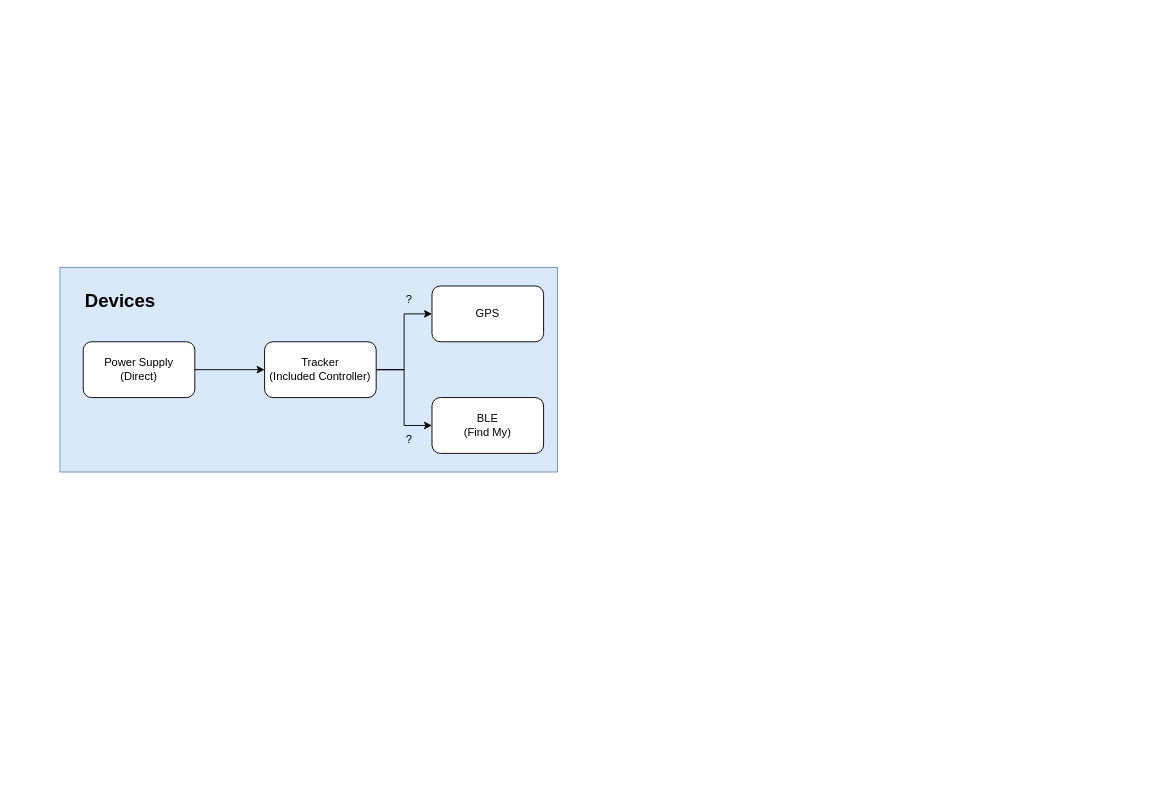
lukas0173/Draw.io keeps this draw.io diagram as PBL6-SystemArchitecture.drawio. Above is the earlier version. Source tidied: cells renumbered, new cells numbered last; positions are measured from the earlier drawing's top-left corner, leaving out a move shared by most shapes. Both pictures are drawn from the tidied source at 93%, with x=0, y=0 at pixel (60, 267).
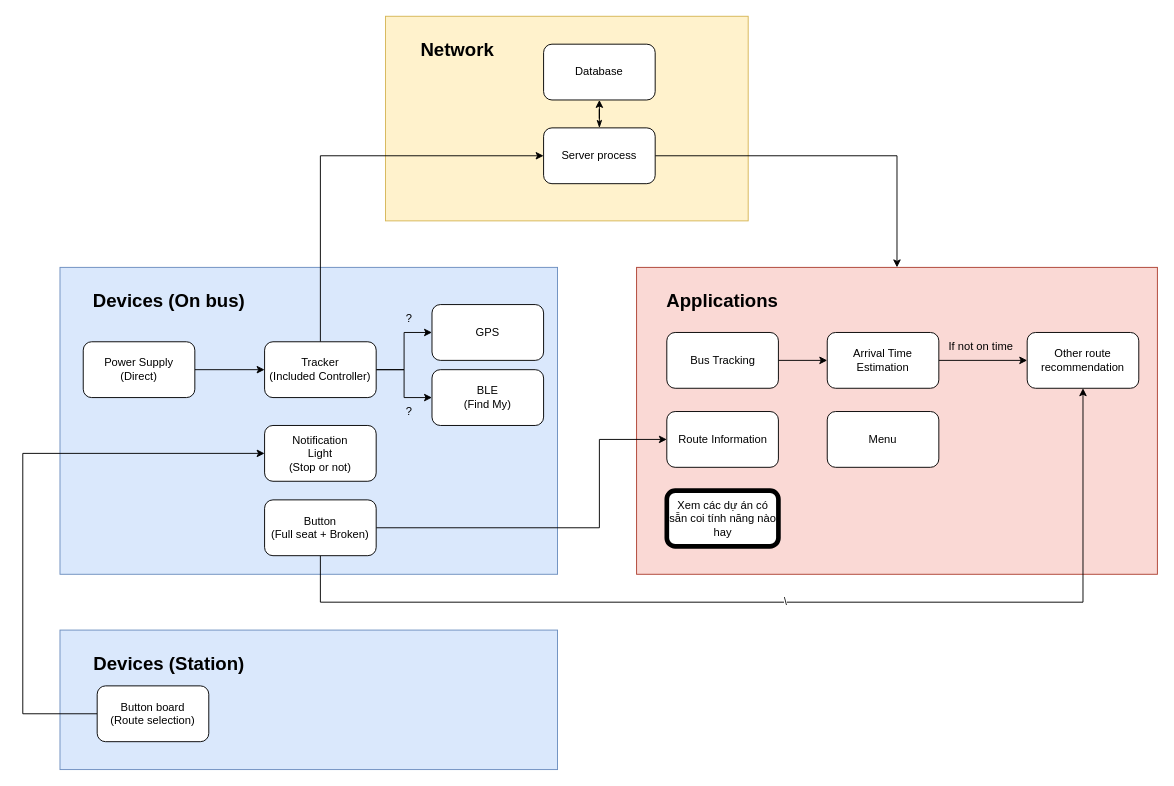
Above is the later version.

Unchanged cells that the change refers to:
```xml
<mxCell id="5" value="Tracker&lt;div&gt;(Included Controller)&lt;/div&gt;" style="rounded=1;whiteSpace=wrap;html=1;" parent="1" vertex="1">
  <mxGeometry x="220" y="80" width="120" height="60" as="geometry" />
</mxCell>
```

What changed in the source:
```diff
@@
+    <mxCell id="13" style="rounded=0;whiteSpace=wrap;html=1;fillColor=#dae8fc;strokeColor=#6c8ebf;" parent="1" vertex="1">
+      <mxGeometry y="390" width="535" height="150" as="geometry" />
+    </mxCell>
+    <mxCell id="14" value="Devices (Station)" style="text;html=1;align=center;verticalAlign=middle;whiteSpace=wrap;rounded=0;fontSize=20;fontStyle=1;" parent="1" vertex="1">
+      <mxGeometry x="25" y="410" width="185" height="30" as="geometry" />
+    </mxCell>
+    <mxCell id="15" style="rounded=0;whiteSpace=wrap;html=1;fillColor=#fff2cc;strokeColor=#d6b656;" parent="1" vertex="1">
+      <mxGeometry x="350" y="-270" width="390" height="220" as="geometry" />
+    </mxCell>
+    <mxCell id="16" value="Network" style="text;html=1;align=center;verticalAlign=middle;whiteSpace=wrap;rounded=0;fontSize=20;fontStyle=1;" parent="1" vertex="1">
+      <mxGeometry x="380" y="-250" width="95" height="30" as="geometry" />
+    </mxCell>
     <mxCell id="2" style="rounded=0;whiteSpace=wrap;html=1;fillColor=#dae8fc;strokeColor=#6c8ebf;" parent="1" vertex="1">
-      <mxGeometry width="535" height="220" as="geometry" />
+      <mxGeometry width="535" height="330" as="geometry" />
     </mxCell>
@@
+    <mxCell id="17" style="edgeStyle=orthogonalEdgeStyle;rounded=0;jettySize=auto;html=1;entryX=0;entryY=0.5;entryDx=0;entryDy=0;" parent="1" edge="1" source="5" target="23">
+      <mxGeometry relative="1" as="geometry">
+        <Array as="points">
+          <mxPoint x="280" y="-120" />
+        </Array>
+      </mxGeometry>
+    </mxCell>
@@
     <mxCell id="6" value="GPS" style="rounded=1;whiteSpace=wrap;html=1;" parent="1" vertex="1">
-      <mxGeometry x="400" y="20" width="120" height="60" as="geometry" />
+      <mxGeometry x="400" y="40" width="120" height="60" as="geometry" />
     </mxCell>
     <mxCell id="7" value="BLE&lt;div&gt;(Find My)&lt;/div&gt;" style="rounded=1;whiteSpace=wrap;html=1;" parent="1" vertex="1">
-      <mxGeometry x="400" y="140" width="120" height="60" as="geometry" />
+      <mxGeometry x="400" y="110" width="120" height="60" as="geometry" />
     </mxCell>
-    <mxCell id="8" value="Devices" style="text;html=1;align=center;verticalAlign=middle;whiteSpace=wrap;rounded=0;fontSize=20;fontStyle=1;" parent="1" vertex="1">
-      <mxGeometry x="25" y="20" width="80" height="30" as="geometry" />
+    <mxCell id="8" value="Devices (On bus)" style="text;html=1;align=center;verticalAlign=middle;whiteSpace=wrap;rounded=0;fontSize=20;fontStyle=1;" parent="1" vertex="1">
+      <mxGeometry x="25" y="20" width="185" height="30" as="geometry" />
     </mxCell>
@@
     <mxCell id="11" value="?" style="text;html=1;align=center;verticalAlign=middle;strokeColor=none;fillColor=none;" parent="1" vertex="1">
-      <mxGeometry x="360" y="20" width="30" height="30" as="geometry" />
+      <mxGeometry x="360" y="40" width="30" height="30" as="geometry" />
     </mxCell>
     <mxCell id="12" value="?" style="text;html=1;align=center;verticalAlign=middle;strokeColor=none;fillColor=none;" parent="1" vertex="1">
-      <mxGeometry x="360" y="170" width="30" height="30" as="geometry" />
+      <mxGeometry x="360" y="140" width="30" height="30" as="geometry" />
     </mxCell>
+    <mxCell id="18" style="rounded=0;whiteSpace=wrap;html=1;fillColor=#fad9d5;strokeColor=#ae4132;" parent="1" vertex="1">
+      <mxGeometry x="620" width="560" height="330" as="geometry" />
+    </mxCell>
+    <mxCell id="19" value="Applications" style="text;html=1;align=center;verticalAlign=middle;whiteSpace=wrap;rounded=0;fontSize=20;fontStyle=1;" parent="1" vertex="1">
+      <mxGeometry x="645" y="20" width="135" height="30" as="geometry" />
+    </mxCell>
+    <mxCell id="20" value="Database" style="rounded=1;whiteSpace=wrap;html=1;" parent="1" vertex="1">
+      <mxGeometry x="520" y="-240" width="120" height="60" as="geometry" />
+    </mxCell>
+    <mxCell id="21" style="edgeStyle=orthogonalEdgeStyle;rounded=0;jettySize=auto;html=1;startArrow=classicThin;startFill=1;" parent="1" edge="1" source="23" target="20">
+      <mxGeometry relative="1" as="geometry" />
+    </mxCell>
+    <mxCell id="22" style="edgeStyle=orthogonalEdgeStyle;rounded=0;jettySize=auto;html=1;entryX=0.5;entryY=0;entryDx=0;entryDy=0;" parent="1" edge="1" source="23" target="18">
+      <mxGeometry relative="1" as="geometry">
+        <Array as="points">
+          <mxPoint x="900" y="-120" />
+        </Array>
+      </mxGeometry>
+    </mxCell>
+    <mxCell id="23" value="Server process" style="rounded=1;whiteSpace=wrap;html=1;" parent="1" vertex="1">
+      <mxGeometry x="520" y="-150" width="120" height="60" as="geometry" />
+    </mxCell>
+    <mxCell id="24" style="edgeStyle=orthogonalEdgeStyle;rounded=0;orthogonalLoop=1;jettySize=auto;html=1;exitX=0.5;exitY=1;exitDx=0;exitDy=0;" parent="1" edge="1" source="19" target="19">
+      <mxGeometry relative="1" as="geometry" />
+    </mxCell>
+    <mxCell id="25" style="edgeStyle=orthogonalEdgeStyle;rounded=0;jettySize=auto;html=1;entryX=0;entryY=0.5;entryDx=0;entryDy=0;" parent="1" edge="1" source="26" target="29">
+      <mxGeometry relative="1" as="geometry" />
+    </mxCell>
+    <mxCell id="26" value="Bus Tracking" style="rounded=1;whiteSpace=wrap;html=1;" parent="1" vertex="1">
+      <mxGeometry x="652.5" y="70" width="120" height="60" as="geometry" />
+    </mxCell>
+    <mxCell id="27" value="Other route recommendation" style="rounded=1;whiteSpace=wrap;html=1;" parent="1" vertex="1">
+      <mxGeometry x="1040" y="70" width="120" height="60" as="geometry" />
+    </mxCell>
+    <mxCell id="28" style="edgeStyle=orthogonalEdgeStyle;rounded=0;jettySize=auto;html=1;entryX=0;entryY=0.5;entryDx=0;entryDy=0;" parent="1" edge="1" source="29" target="27">
+      <mxGeometry relative="1" as="geometry" />
+    </mxCell>
+    <mxCell id="29" value="Arrival Time Estimation" style="rounded=1;whiteSpace=wrap;html=1;" parent="1" vertex="1">
+      <mxGeometry x="825" y="70" width="120" height="60" as="geometry" />
+    </mxCell>
+    <mxCell id="30" value="If not on time" style="text;html=1;align=center;verticalAlign=middle;strokeColor=none;fillColor=none;" parent="1" vertex="1">
+      <mxGeometry x="945" y="70" width="90" height="30" as="geometry" />
+    </mxCell>
+    <mxCell id="31" value="Route Information" style="rounded=1;whiteSpace=wrap;html=1;" parent="1" vertex="1">
+      <mxGeometry x="652.5" y="155" width="120" height="60" as="geometry" />
+    </mxCell>
+    <mxCell id="32" value="Xem các dự án có sẵn coi tính năng nào hay" style="rounded=1;whiteSpace=wrap;html=1;strokeWidth=5;" parent="1" vertex="1">
+      <mxGeometry x="652.5" y="240" width="120" height="60" as="geometry" />
+    </mxCell>
+    <mxCell id="33" value="Menu" style="rounded=1;whiteSpace=wrap;html=1;" parent="1" vertex="1">
+      <mxGeometry x="825" y="155" width="120" height="60" as="geometry" />
+    </mxCell>
+    <mxCell id="34" value="Notification&lt;div&gt;Light&lt;/div&gt;&lt;div&gt;(Stop or not)&lt;/div&gt;" style="rounded=1;whiteSpace=wrap;html=1;" parent="1" vertex="1">
+      <mxGeometry x="220" y="170" width="120" height="60" as="geometry" />
+    </mxCell>
+    <mxCell id="35" style="edgeStyle=orthogonalEdgeStyle;rounded=0;jettySize=auto;html=1;entryX=0;entryY=0.5;entryDx=0;entryDy=0;" parent="1" edge="1" source="36" target="34">
+      <mxGeometry relative="1" as="geometry">
+        <Array as="points">
+          <mxPoint x="-40" y="480" />
+          <mxPoint x="-40" y="200" />
+        </Array>
+      </mxGeometry>
+    </mxCell>
+    <mxCell id="36" value="Button board&lt;br&gt;(Route selection)" style="rounded=1;whiteSpace=wrap;html=1;" parent="1" vertex="1">
+      <mxGeometry x="40" y="450" width="120" height="60" as="geometry" />
+    </mxCell>
+    <mxCell id="37" style="edgeStyle=orthogonalEdgeStyle;rounded=0;jettySize=auto;html=1;entryX=0;entryY=0.5;entryDx=0;entryDy=0;" parent="1" edge="1" source="39" target="31">
+      <mxGeometry relative="1" as="geometry">
+        <Array as="points">
+          <mxPoint x="580" y="280" />
+          <mxPoint x="580" y="185" />
+        </Array>
+      </mxGeometry>
+    </mxCell>
+    <mxCell id="38" value="\" style="edgeStyle=orthogonalEdgeStyle;rounded=0;jettySize=auto;html=1;entryX=0.5;entryY=1;entryDx=0;entryDy=0;" parent="1" edge="1" source="39" target="27">
+      <mxGeometry relative="1" as="geometry">
+        <Array as="points">
+          <mxPoint x="280" y="360" />
+          <mxPoint x="1100" y="360" />
+        </Array>
+      </mxGeometry>
+    </mxCell>
+    <mxCell id="39" value="Button&lt;div&gt;(Full seat + Broken)&lt;/div&gt;" style="rounded=1;whiteSpace=wrap;html=1;" parent="1" vertex="1">
+      <mxGeometry x="220" y="250" width="120" height="60" as="geometry" />
+    </mxCell>
```
